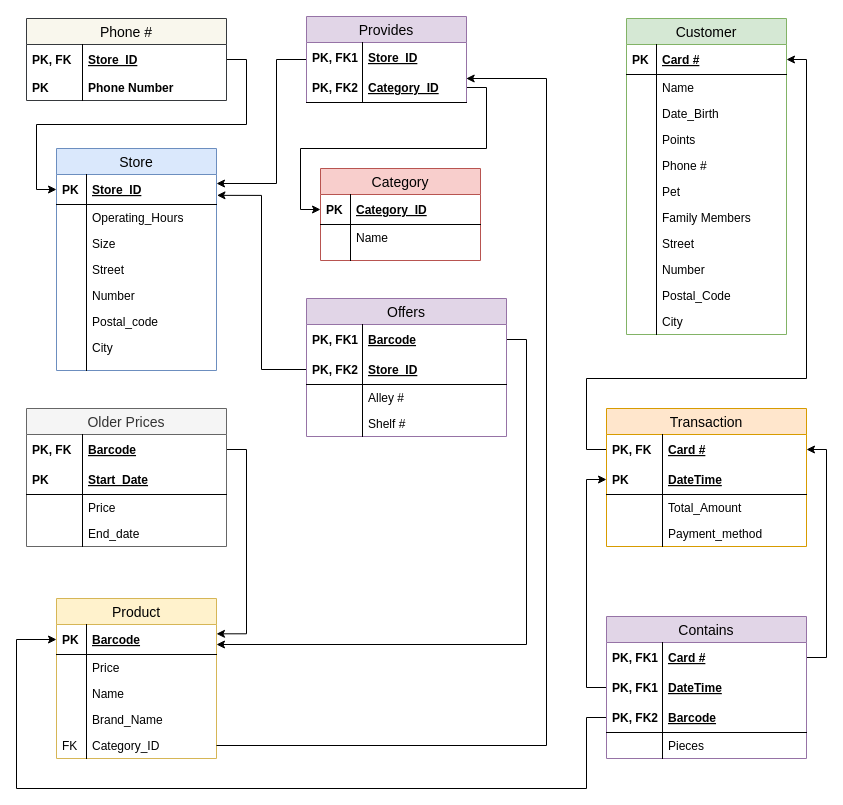
Above: 4_Databases/Market_RelationDiagram.drawio in sonqo/ntua-lambda (draw.io), before the change. Source tidied: cells renumbered, new cells numbered last; positions are measured from the earlier drawing's top-left corner, leaving out a move shared by most shapes. Both pictures are drawn from the tidied source at 100%, with x=0, y=0 at pixel (16, 16).
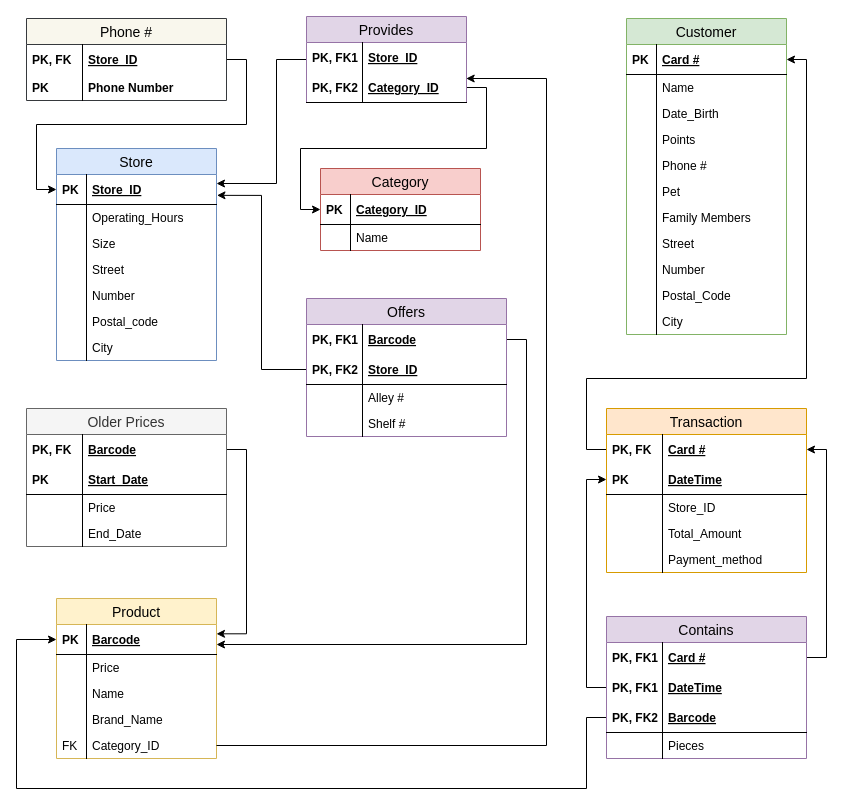
Above is the later version.

Commit message:
Added Store_ID to Transactions table

The change refers to these unchanged cells:
```xml
<mxCell id="34" value="Older Prices" style="swimlane;fontStyle=0;horizontal=1;startSize=26;align=center;fontSize=14;fillColor=#f5f5f5;strokeColor=#666666;fontColor=#333333;" parent="1" vertex="1">
  <mxGeometry x="10" y="392" width="200" height="138" as="geometry" />
</mxCell>
```

The edit, as a diff of the source:
```diff
@@
     <mxCell id="17" value="Store" style="swimlane;fontStyle=0;horizontal=1;startSize=26;align=center;fontSize=14;fillColor=#dae8fc;strokeColor=#6c8ebf;" parent="1" vertex="1">
-      <mxGeometry x="40" y="132" width="160" height="222" as="geometry" />
+      <mxGeometry x="40" y="132" width="160" height="212" as="geometry" />
     </mxCell>
@@
-    <mxCell id="32" style="shape=partialRectangle;top=0;left=0;right=0;bottom=0;align=left;verticalAlign=top;fillColor=none;spacingLeft=34;spacingRight=4;overflow=hidden;fontSize=12;" parent="17" vertex="1">
-      <mxGeometry y="212" width="160" height="10" as="geometry" />
-    </mxCell>
-    <mxCell id="33" style="shape=partialRectangle;top=0;left=0;bottom=0;fillColor=none;align=left;verticalAlign=top;spacingLeft=4;spacingRight=4;overflow=hidden;fontSize=12;" parent="32" vertex="1">
-      <mxGeometry width="30" height="10" as="geometry" />
-    </mxCell>
@@
-    <mxCell id="41" value="End_date" style="shape=partialRectangle;top=0;left=0;right=0;bottom=0;align=left;verticalAlign=top;fillColor=none;spacingLeft=60;spacingRight=4;overflow=hidden;fontSize=12;" parent="34" vertex="1">
+    <mxCell id="41" value="End_Date" style="shape=partialRectangle;top=0;left=0;right=0;bottom=0;align=left;verticalAlign=top;fillColor=none;spacingLeft=60;spacingRight=4;overflow=hidden;fontSize=12;" parent="34" vertex="1">
       <mxGeometry y="112" width="200" height="26" as="geometry" />
     </mxCell>
@@
     <mxCell id="68" value="Category" style="swimlane;fontStyle=0;horizontal=1;startSize=26;align=center;fontSize=14;fillColor=#f8cecc;strokeColor=#b85450;" parent="1" vertex="1">
-      <mxGeometry x="304" y="152" width="160" height="92" as="geometry" />
+      <mxGeometry x="304" y="152" width="160" height="82" as="geometry" />
     </mxCell>
@@
-    <mxCell id="73" style="shape=partialRectangle;top=0;left=0;right=0;bottom=0;align=left;verticalAlign=top;fillColor=none;spacingLeft=34;spacingRight=4;overflow=hidden;fontSize=12;" parent="68" vertex="1">
-      <mxGeometry y="82" width="160" height="10" as="geometry" />
-    </mxCell>
-    <mxCell id="74" style="shape=partialRectangle;top=0;left=0;bottom=0;fillColor=none;align=left;verticalAlign=top;spacingLeft=4;spacingRight=4;overflow=hidden;fontSize=12;" parent="73" vertex="1">
-      <mxGeometry width="30" height="10" as="geometry" />
-    </mxCell>
@@
     <mxCell id="98" value="Transaction" style="swimlane;fontStyle=0;horizontal=1;startSize=26;align=center;fontSize=14;fillColor=#ffe6cc;strokeColor=#d79b00;" parent="1" vertex="1">
-      <mxGeometry x="590" y="392" width="200" height="138" as="geometry" />
+      <mxGeometry x="590" y="392" width="200" height="164" as="geometry" />
     </mxCell>
@@
+    <mxCell id="117" value="Store_ID" style="shape=partialRectangle;top=0;left=0;right=0;bottom=0;align=left;verticalAlign=top;fillColor=none;spacingLeft=60;spacingRight=4;overflow=hidden;fontSize=12;" parent="98" vertex="1">
+      <mxGeometry y="86" width="200" height="26" as="geometry" />
+    </mxCell>
+    <mxCell id="118" style="shape=partialRectangle;top=0;left=0;bottom=0;fillColor=none;align=left;verticalAlign=top;spacingLeft=4;spacingRight=4;overflow=hidden;fontSize=12;" parent="117" vertex="1">
+      <mxGeometry width="56" height="26" as="geometry" />
+    </mxCell>
     <mxCell id="103" value="Total_Amount" style="shape=partialRectangle;top=0;left=0;right=0;bottom=0;align=left;verticalAlign=top;fillColor=none;spacingLeft=60;spacingRight=4;overflow=hidden;fontSize=12;" parent="98" vertex="1">
-      <mxGeometry y="86" width="200" height="26" as="geometry" />
+      <mxGeometry y="112" width="200" height="26" as="geometry" />
     </mxCell>
@@
     <mxCell id="105" value="Payment_method" style="shape=partialRectangle;top=0;left=0;right=0;bottom=0;align=left;verticalAlign=top;fillColor=none;spacingLeft=60;spacingRight=4;overflow=hidden;fontSize=12;" parent="98" vertex="1">
-      <mxGeometry y="112" width="200" height="26" as="geometry" />
+      <mxGeometry y="138" width="200" height="26" as="geometry" />
     </mxCell>
```
